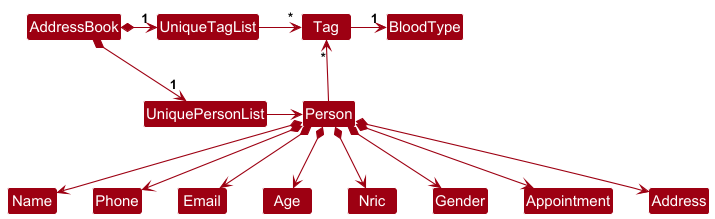
Above: docs/images/BetterModelClassDiagram.png in nus-cs2103-AY2425S1/tp (PlantUML), before the change.
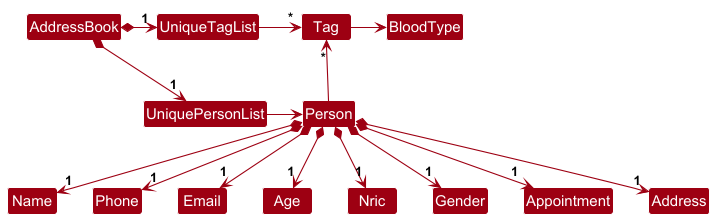
Later version of the same file.

The edit, as a diff of the source:
```diff
@@ -11,18 +11,18 @@
 UniqueTagList -[hidden]down- UniquePersonList
 
 UniqueTagList -right-> "*" Tag
-Tag -right-> "1" BloodType
+Tag -right-> BloodType
 UniquePersonList -right-> Person
 
 Person -up-> "*" Tag
 
-Person *--> Name
-Person *--> Phone
-Person *--> Email
-Person *--> Age
-Person *--> Nric
-Person *--> Gender
-Person *--> Appointment
-Person *--> Address
+Person *--> "1" Name
+Person *--> "1" Phone
+Person *--> "1" Email
+Person *--> "1" Age
+Person *--> "1" Nric
+Person *--> "1" Gender
+Person *--> "1" Appointment
+Person *--> "1" Address
 
 @enduml
```
